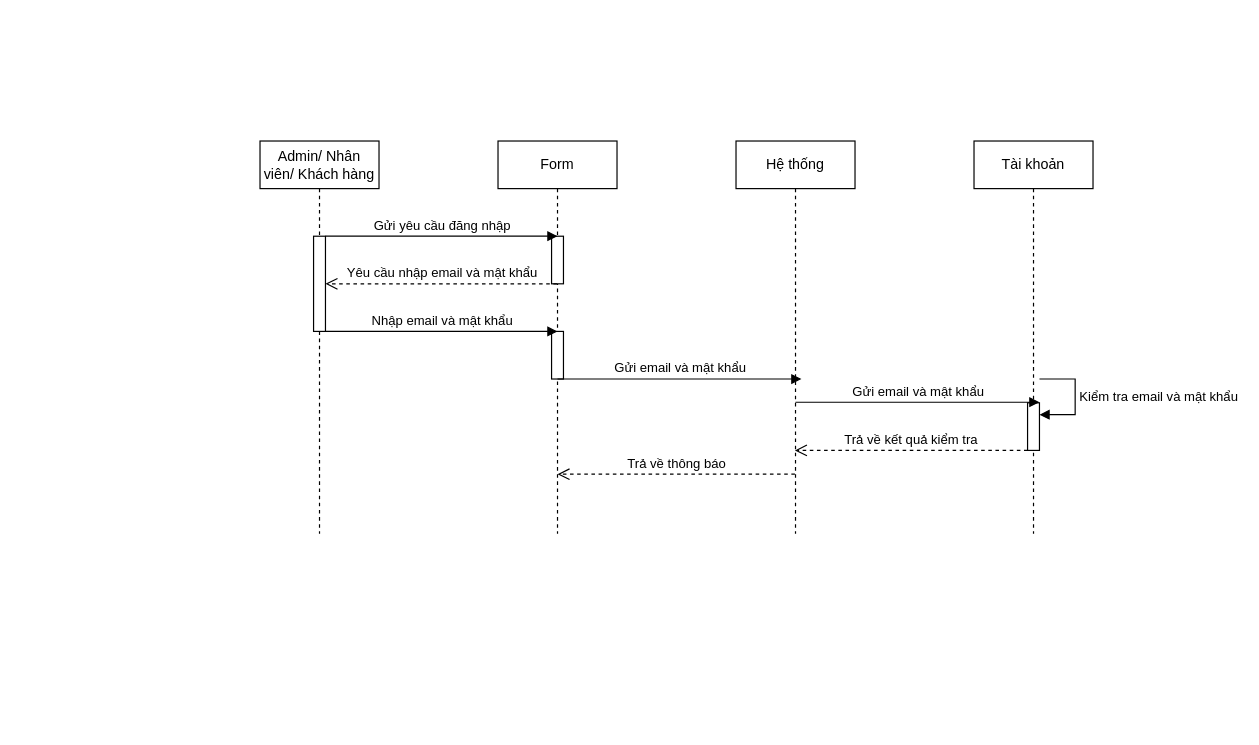
Above: SD/SD_DANGNHAP.drawio in hieuNV0871/da (draw.io), before the change. Source tidied: cells renumbered, new cells numbered last; positions are measured from the earlier drawing's top-left corner, leaving out a move shared by most shapes. Both pictures are drawn from the tidied source at 119%, with x=0, y=0 at pixel (259, 140).
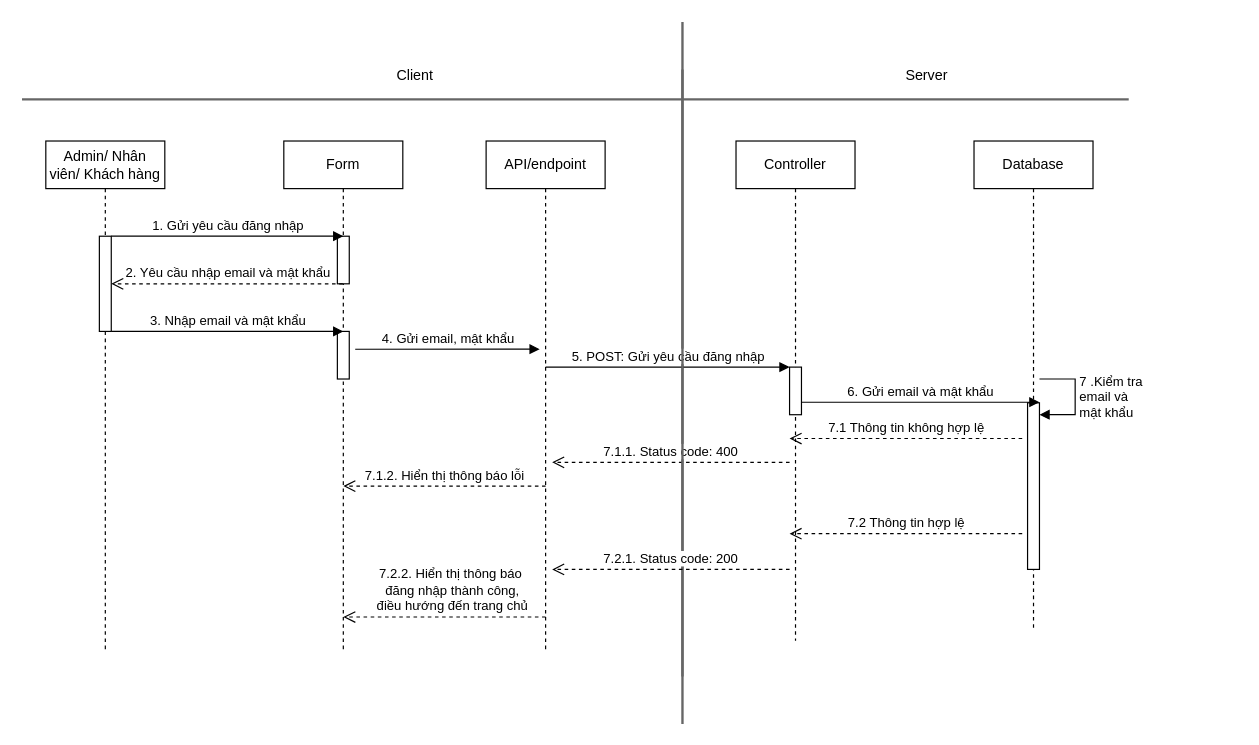
After the change.

The change refers to these unchanged cells:
```xml
<mxCell id="3" style="html=1;points=[[0,0,0,0,5],[0,1,0,0,-5],[1,0,0,0,5],[1,1,0,0,-5]];perimeter=orthogonalPerimeter;outlineConnect=0;targetShapes=umlLifeline;portConstraint=eastwest;newEdgeStyle={&quot;curved&quot;:0,&quot;rounded&quot;:0};" parent="2" vertex="1">
  <mxGeometry x="45" y="80" width="10" height="80" as="geometry" />
</mxCell>
```

What changed in the source:
```diff
@@
+    <mxCell id="18" style="line;strokeWidth=2;direction=south;html=1;fillColor=#f5f5f5;fontColor=#333333;strokeColor=#666666;" parent="1" vertex="1">
+      <mxGeometry x="350" y="-100" width="10" height="550" as="geometry" />
+    </mxCell>
     <mxCell id="2" value="Admin/ Nhân viên/ Khách hàng" style="shape=umlLifeline;perimeter=lifelinePerimeter;whiteSpace=wrap;html=1;newEdgeStyle={&quot;curved&quot;:0,&quot;rounded&quot;:0};" parent="1" vertex="1">
-      <mxGeometry width="100" height="330" as="geometry" />
+      <mxGeometry x="-180" width="100" height="430" as="geometry" />
     </mxCell>
@@
     <mxCell id="4" value="Form" style="shape=umlLifeline;perimeter=lifelinePerimeter;whiteSpace=wrap;html=1;outlineConnect=0;portConstraint=eastwest;newEdgeStyle={&quot;curved&quot;:0,&quot;rounded&quot;:0};" parent="1" vertex="1">
-      <mxGeometry x="200" width="100" height="330" as="geometry" />
+      <mxGeometry x="20" width="100" height="430" as="geometry" />
     </mxCell>
@@
-    <mxCell id="7" value="Hệ thống" style="shape=umlLifeline;perimeter=lifelinePerimeter;whiteSpace=wrap;html=1;newEdgeStyle={&quot;curved&quot;:0,&quot;rounded&quot;:0};" parent="1" vertex="1">
-      <mxGeometry x="400" width="100" height="330" as="geometry" />
+    <mxCell id="7" value="Controller" style="shape=umlLifeline;perimeter=lifelinePerimeter;whiteSpace=wrap;html=1;newEdgeStyle={&quot;curved&quot;:0,&quot;rounded&quot;:0};" parent="1" vertex="1">
+      <mxGeometry x="400" width="100" height="420" as="geometry" />
     </mxCell>
-    <mxCell id="8" value="Yêu cầu nhập email và mật khẩu&lt;br&gt;" style="html=1;verticalAlign=bottom;endArrow=open;dashed=1;endSize=8;curved=0;rounded=0;" parent="1" edge="1" source="4" target="3">
+    <mxCell id="8" value="2. Yêu cầu nhập email và mật khẩu" style="html=1;verticalAlign=bottom;endArrow=open;dashed=1;endSize=8;curved=0;rounded=0;" parent="1" edge="1" source="4" target="3">
       <mxGeometry relative="1" as="geometry">
         <Array as="points">
-          <mxPoint x="130" y="120" />
+          <mxPoint x="-50" y="120" />
         </Array>
       </mxGeometry>
     </mxCell>
-    <mxCell id="9" value="Nhập email và mật khẩu" style="html=1;verticalAlign=bottom;endArrow=block;curved=0;rounded=0;" parent="1" edge="1" source="3">
+    <mxCell id="9" value="3. Nhập email và mật khẩu" style="html=1;verticalAlign=bottom;endArrow=block;curved=0;rounded=0;" parent="1" edge="1" source="3">
       <mxGeometry relative="1" as="geometry">
-        <mxPoint x="250" y="160" as="targetPoint" />
+        <mxPoint x="70" y="160" as="targetPoint" />
       </mxGeometry>
     </mxCell>
-    <mxCell id="10" value="Gửi yêu cầu đăng nhập&lt;br&gt;" style="html=1;verticalAlign=bottom;endArrow=block;curved=0;rounded=0;" parent="1" edge="1">
+    <mxCell id="10" value="1. Gửi yêu cầu đăng nhập" style="html=1;verticalAlign=bottom;endArrow=block;curved=0;rounded=0;" parent="1" edge="1">
       <mxGeometry relative="1" as="geometry">
-        <mxPoint x="55" y="80" as="sourcePoint" />
-        <mxPoint x="250" y="80" as="targetPoint" />
+        <mxPoint x="-125" y="80" as="sourcePoint" />
+        <mxPoint x="70" y="80" as="targetPoint" />
       </mxGeometry>
     </mxCell>
-    <mxCell id="11" value="Gửi email và mật khẩu&lt;br&gt;" style="html=1;verticalAlign=bottom;endArrow=block;curved=0;rounded=0;" parent="1" edge="1">
+    <mxCell id="11" value="5. POST: Gửi yêu cầu đăng nhập" style="html=1;verticalAlign=bottom;endArrow=block;curved=0;rounded=0;" parent="1" edge="1">
       <mxGeometry relative="1" as="geometry">
-        <mxPoint x="250" y="200" as="sourcePoint" />
-        <mxPoint x="455" y="200" as="targetPoint" />
+        <mxPoint x="240" y="190" as="sourcePoint" />
+        <mxPoint x="445" y="190" as="targetPoint" />
       </mxGeometry>
     </mxCell>
-    <mxCell id="12" value="Trả về kết quả kiểm tra" style="html=1;verticalAlign=bottom;endArrow=open;dashed=1;endSize=8;curved=0;rounded=0;" parent="1" edge="1">
+    <mxCell id="12" value="7.1 Thông tin không hợp lệ" style="html=1;verticalAlign=bottom;endArrow=open;dashed=1;endSize=8;curved=0;rounded=0;" parent="1" edge="1">
       <mxGeometry relative="1" as="geometry">
-        <mxPoint x="645" y="260" as="sourcePoint" />
-        <mxPoint x="449.5" y="260" as="targetPoint" />
-        <Array as="points">
-          <mxPoint x="485" y="260" />
-        </Array>
+        <mxPoint x="640.5" y="250" as="sourcePoint" />
+        <mxPoint x="445" y="250" as="targetPoint" />
       </mxGeometry>
     </mxCell>
-    <mxCell id="13" value="Trả về thông báo" style="html=1;verticalAlign=bottom;endArrow=open;dashed=1;endSize=8;curved=0;rounded=0;" parent="1" edge="1">
+    <mxCell id="13" value="7.1.1. Status code: 400" style="html=1;verticalAlign=bottom;endArrow=open;dashed=1;endSize=8;curved=0;rounded=0;" parent="1" edge="1">
       <mxGeometry relative="1" as="geometry">
-        <mxPoint x="449.5" y="280" as="sourcePoint" />
-        <mxPoint x="250" y="280" as="targetPoint" />
+        <mxPoint x="445" y="270" as="sourcePoint" />
+        <mxPoint x="245.5" y="270" as="targetPoint" />
         <Array as="points">
-          <mxPoint x="325" y="280" />
+          <mxPoint x="320.5" y="270" />
         </Array>
       </mxGeometry>
     </mxCell>
-    <mxCell id="14" value="Tài khoản" style="shape=umlLifeline;perimeter=lifelinePerimeter;whiteSpace=wrap;html=1;newEdgeStyle={&quot;curved&quot;:0,&quot;rounded&quot;:0};" parent="1" vertex="1">
-      <mxGeometry x="600" width="100" height="330" as="geometry" />
+    <mxCell id="14" value="Database" style="shape=umlLifeline;perimeter=lifelinePerimeter;whiteSpace=wrap;html=1;newEdgeStyle={&quot;curved&quot;:0,&quot;rounded&quot;:0};" parent="1" vertex="1">
+      <mxGeometry x="600" width="100" height="410" as="geometry" />
     </mxCell>
-    <mxCell id="15" value="Kiểm tra email và mật khẩu" style="html=1;align=left;spacingLeft=2;endArrow=block;rounded=0;edgeStyle=orthogonalEdgeStyle;curved=0;rounded=0;" parent="14" edge="1" target="16">
+    <mxCell id="15" value="7 .Kiểm tra &lt;br&gt;email và&lt;br&gt;mật khẩu" style="html=1;align=left;spacingLeft=2;endArrow=block;rounded=0;edgeStyle=orthogonalEdgeStyle;curved=0;rounded=0;" parent="14" edge="1" target="16">
       <mxGeometry relative="1" as="geometry">
         <mxPoint x="55" y="200" as="sourcePoint" />
         <Array as="points">
           <mxPoint x="85" y="230" />
         </Array>
       </mxGeometry>
     </mxCell>
     <mxCell id="16" style="html=1;points=[[0,0,0,0,5],[0,1,0,0,-5],[1,0,0,0,5],[1,1,0,0,-5]];perimeter=orthogonalPerimeter;outlineConnect=0;targetShapes=umlLifeline;portConstraint=eastwest;newEdgeStyle={&quot;curved&quot;:0,&quot;rounded&quot;:0};" parent="14" vertex="1">
-      <mxGeometry x="45" y="220" width="10" height="40" as="geometry" />
+      <mxGeometry x="45" y="220" width="10" height="140" as="geometry" />
     </mxCell>
-    <mxCell id="17" value="Gửi email và mật khẩu&lt;br&gt;" style="html=1;verticalAlign=bottom;endArrow=block;curved=0;rounded=0;" parent="1" edge="1">
+    <mxCell id="17" value="6. Gửi email và mật khẩu" style="html=1;verticalAlign=bottom;endArrow=block;curved=0;rounded=0;" parent="1" edge="1" source="25">
       <mxGeometry relative="1" as="geometry">
-        <mxPoint x="450" y="219.5" as="sourcePoint" />
         <mxPoint x="655" y="219.5" as="targetPoint" />
       </mxGeometry>
     </mxCell>
+    <mxCell id="19" style="line;strokeWidth=2;html=1;fillColor=#f5f5f5;fontColor=#333333;strokeColor=#666666;" parent="1" vertex="1">
+      <mxGeometry x="-200" y="-40" width="930" height="10" as="geometry" />
+    </mxCell>
+    <mxCell id="20" value="Server" style="text;html=1;align=center;verticalAlign=middle;strokeColor=none;fillColor=none;" parent="1" vertex="1">
+      <mxGeometry x="530" y="-70" width="60" height="30" as="geometry" />
+    </mxCell>
+    <mxCell id="21" value="Client" style="text;html=1;align=center;verticalAlign=middle;strokeColor=none;fillColor=none;" parent="1" vertex="1">
+      <mxGeometry x="105" y="-70" width="50" height="30" as="geometry" />
+    </mxCell>
+    <mxCell id="22" value="API/endpoint" style="shape=umlLifeline;perimeter=lifelinePerimeter;whiteSpace=wrap;html=1;newEdgeStyle={&quot;curved&quot;:0,&quot;rounded&quot;:0};" parent="1" vertex="1">
+      <mxGeometry x="190" width="100" height="430" as="geometry" />
+    </mxCell>
+    <mxCell id="23" value="4. Gửi email, mật khẩu" style="html=1;verticalAlign=bottom;endArrow=block;curved=0;rounded=0;" parent="1" edge="1">
+      <mxGeometry relative="1" as="geometry">
+        <mxPoint x="80" y="175" as="sourcePoint" />
+        <mxPoint x="235" y="174.9" as="targetPoint" />
+      </mxGeometry>
+    </mxCell>
+    <mxCell id="24" style="html=1;verticalAlign=bottom;endArrow=block;curved=0;rounded=0;" parent="1" edge="1" target="25">
+      <mxGeometry relative="1" as="geometry">
+        <mxPoint x="450" y="219.5" as="sourcePoint" />
+      </mxGeometry>
+    </mxCell>
+    <mxCell id="25" style="html=1;points=[[0,0,0,0,5],[0,1,0,0,-5],[1,0,0,0,5],[1,1,0,0,-5]];perimeter=orthogonalPerimeter;outlineConnect=0;targetShapes=umlLifeline;portConstraint=eastwest;newEdgeStyle={&quot;curved&quot;:0,&quot;rounded&quot;:0};" parent="1" vertex="1">
+      <mxGeometry x="445" y="190" width="10" height="40" as="geometry" />
+    </mxCell>
+    <mxCell id="26" style="line;strokeWidth=2;direction=south;html=1;fillColor=#f5f5f5;fontColor=#333333;strokeColor=#666666;" parent="1" vertex="1">
+      <mxGeometry x="350" y="-60" width="10" height="550" as="geometry" />
+    </mxCell>
+    <mxCell id="27" value="7.2 Thông tin hợp lệ" style="html=1;verticalAlign=bottom;endArrow=open;dashed=1;endSize=8;curved=0;rounded=0;" parent="1" edge="1">
+      <mxGeometry relative="1" as="geometry">
+        <mxPoint x="640.5" y="330" as="sourcePoint" />
+        <mxPoint x="445" y="330" as="targetPoint" />
+      </mxGeometry>
+    </mxCell>
+    <mxCell id="28" value="7.2.1. Status code: 200" style="html=1;verticalAlign=bottom;endArrow=open;dashed=1;endSize=8;curved=0;rounded=0;" parent="1" edge="1">
+      <mxGeometry relative="1" as="geometry">
+        <mxPoint x="445" y="360" as="sourcePoint" />
+        <mxPoint x="245.5" y="360" as="targetPoint" />
+        <Array as="points">
+          <mxPoint x="320.5" y="360" />
+        </Array>
+      </mxGeometry>
+    </mxCell>
+    <mxCell id="29" value="7.1.2. Hiển thị thông báo lỗi" style="html=1;verticalAlign=bottom;endArrow=open;dashed=1;endSize=8;curved=0;rounded=0;" parent="1" edge="1">
+      <mxGeometry relative="1" as="geometry">
+        <mxPoint x="240" y="290" as="sourcePoint" />
+        <mxPoint x="70" y="290" as="targetPoint" />
+        <Array as="points">
+          <mxPoint x="125" y="290" />
+        </Array>
+      </mxGeometry>
+    </mxCell>
+    <mxCell id="30" value="7.2.2. Hiển thị thông báo&lt;br&gt;&amp;nbsp;đăng nhập thành công,&lt;br&gt;&amp;nbsp;điều hướng đến trang chủ" style="html=1;verticalAlign=bottom;endArrow=open;dashed=1;endSize=8;curved=0;rounded=0;" parent="1" edge="1">
+      <mxGeometry x="-0.06" relative="1" as="geometry">
+        <mxPoint x="240" y="400" as="sourcePoint" />
+        <mxPoint x="70" y="400" as="targetPoint" />
+        <Array as="points">
+          <mxPoint x="125" y="400" />
+        </Array>
+      </mxGeometry>
+    </mxCell>
```
